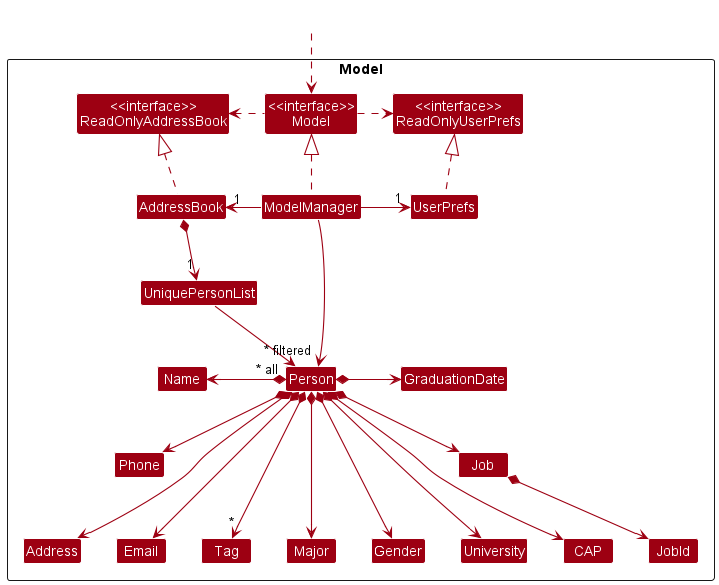
Earlier version of the PlantUML export docs/images/ModelClassDiagram.png (nus-cs2103-AY2223S1/tp).
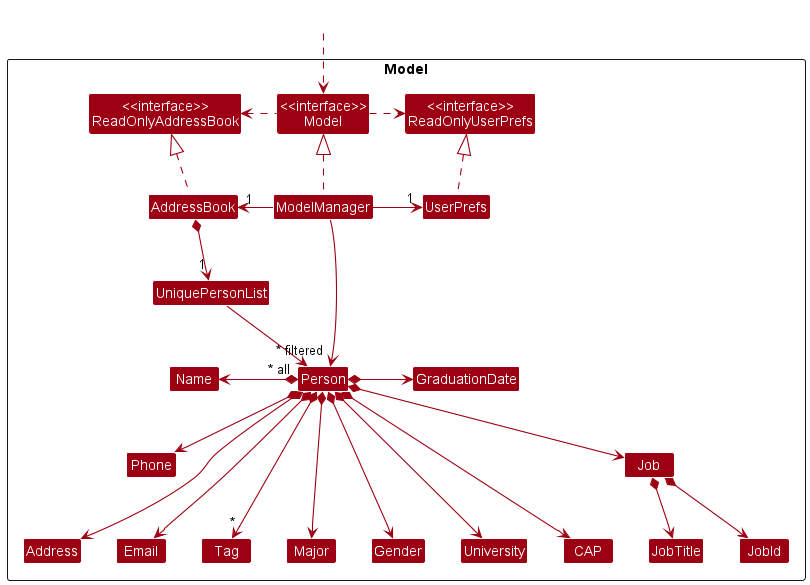
After the commit.

The edit, as a diff of the source:
```diff
@@ -26,6 +26,7 @@
 CLass CAP
 Class Job
 Class JobId
+Class JobTitle
 
 }
 
@@ -56,6 +57,7 @@
 Person *---> CAP
 Person *--> Job
 Job *--> JobId
+Job *--> JobTitle
 
 
 ModelManager -[hidden]down-> Person
```
